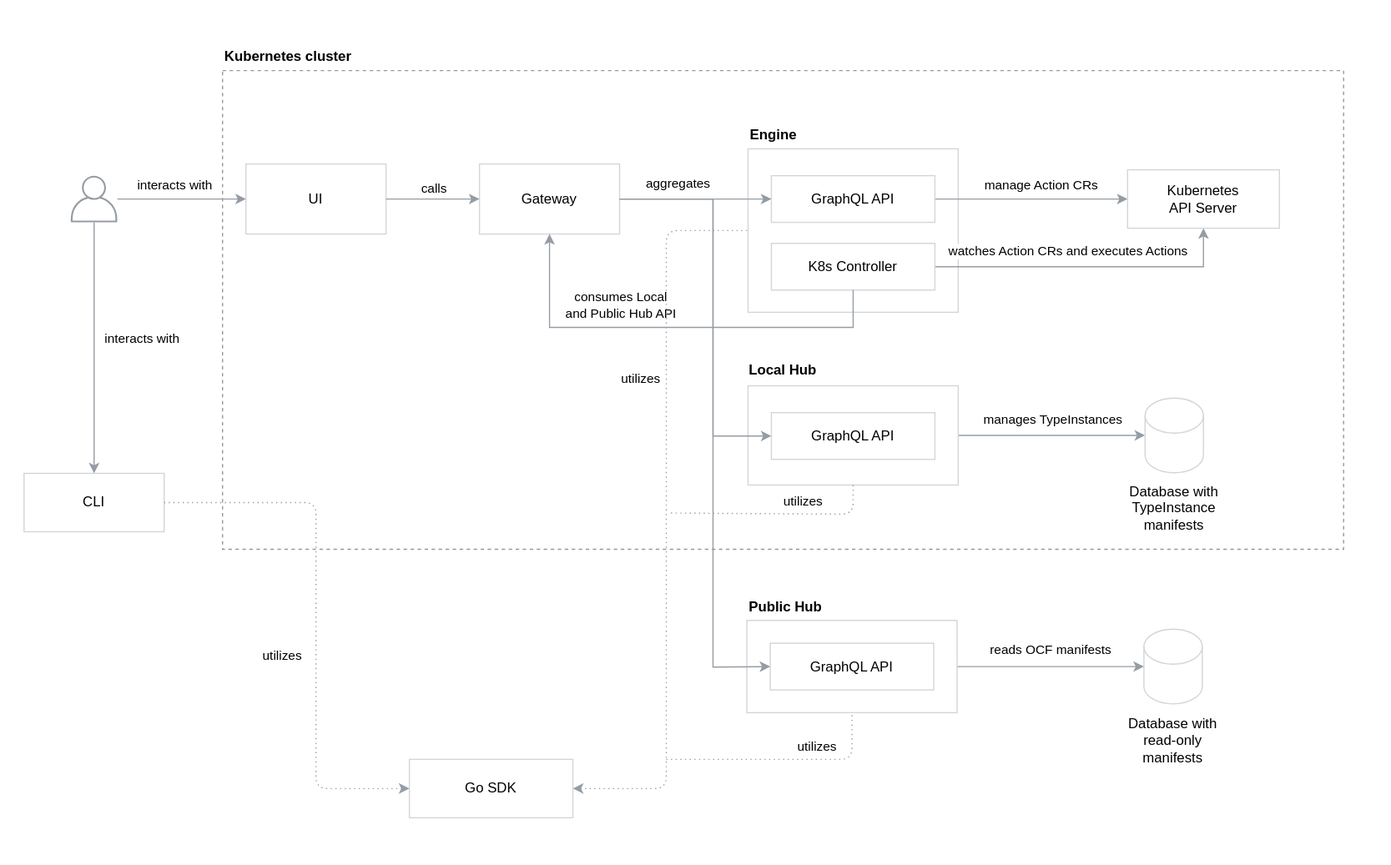
Earlier version of the draw.io export docs/architecture/assets/components.svg (capactio/website). Source tidied: cells renumbered, new cells last; positions are measured from the earlier drawing's top-left corner, leaving out a move shared by most shapes.
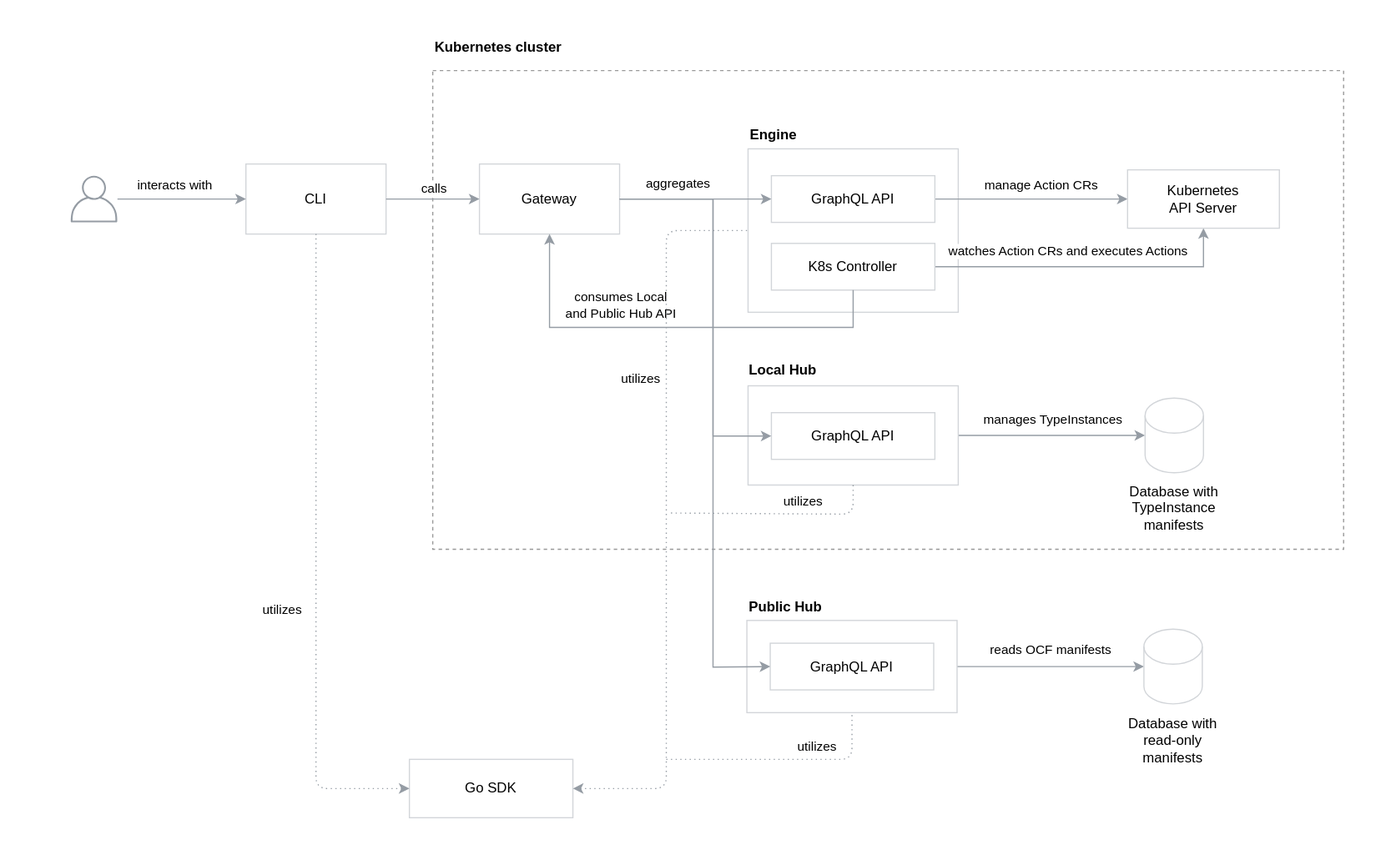
The same file after the commit.

Diff of the diagram source:
```diff
@@ -6,17 +6,14 @@
       <mxGeometry width="1190" height="740" as="geometry" />
     </mxCell>
     <mxCell id="3" style="rounded=0;whiteSpace=wrap;html=1;dashed=1;fillColor=none;strokeColor=#999999;" parent="1" vertex="1">
-      <mxGeometry x="190" y="60" width="960" height="410" as="geometry" />
+      <mxGeometry x="370" y="60" width="780" height="410" as="geometry" />
     </mxCell>
     <mxCell id="4" value="&lt;b&gt;Engine&lt;/b&gt;" style="text;html=1;strokeColor=none;fillColor=none;align=left;verticalAlign=middle;whiteSpace=wrap;rounded=0;" parent="1" vertex="1">
       <mxGeometry x="640" y="105" width="40" height="20" as="geometry" />
     </mxCell>
-    <mxCell id="5" value="UI" style="rounded=0;whiteSpace=wrap;html=1;strokeColor=#D2D5D9;" parent="1" vertex="1">
+    <mxCell id="5" value="CLI" style="rounded=0;whiteSpace=wrap;html=1;strokeColor=#D2D5D9;" parent="1" vertex="1">
       <mxGeometry x="210" y="140" width="120" height="60" as="geometry" />
     </mxCell>
-    <mxCell id="6" value="CLI" style="rounded=0;whiteSpace=wrap;html=1;strokeColor=#D2D5D9;" parent="1" vertex="1">
-      <mxGeometry x="20" y="405" width="120" height="50" as="geometry" />
-    </mxCell>
     <mxCell id="7" style="rounded=0;whiteSpace=wrap;html=1;strokeColor=#D2D5D9;" parent="1" vertex="1">
       <mxGeometry x="640" y="127" width="180" height="140" as="geometry" />
     </mxCell>
@@ -44,14 +41,6 @@
         <mxPoint x="6" y="-15" as="offset" />
       </mxGeometry>
     </mxCell>
-    <mxCell id="14" style="endArrow=classic;html=1;entryX=0.5;entryY=0;entryDx=0;entryDy=0;rounded=0;strokeColor=#959CA4;" parent="1" edge="1" source="11" target="6">
-      <mxGeometry relative="1" as="geometry" />
-    </mxCell>
-    <mxCell id="15" value="interacts with" style="edgeLabel;html=1;align=center;verticalAlign=middle;" parent="14" vertex="1">
-      <mxGeometry x="-0.04" y="-3" relative="1" as="geometry">
-        <mxPoint x="43" y="-3" as="offset" />
-      </mxGeometry>
-    </mxCell>
     <mxCell id="16" style="edgeStyle=orthogonalEdgeStyle;rounded=0;jettySize=auto;html=1;exitX=1;exitY=0.5;exitDx=0;exitDy=0;entryX=0;entryY=0.5;entryDx=0;entryDy=0;strokeColor=#959CA4;" parent="1" edge="1" source="18" target="37">
       <mxGeometry relative="1" as="geometry" />
     </mxCell>
@@ -80,7 +69,7 @@
     <mxCell id="23" style="rounded=0;whiteSpace=wrap;html=1;strokeColor=#D2D5D9;" parent="1" vertex="1">
       <mxGeometry x="640" y="330" width="180" height="85" as="geometry" />
     </mxCell>
-    <mxCell id="24" value="&lt;b&gt;Local OCH&lt;/b&gt;" style="text;html=1;strokeColor=none;fillColor=none;align=left;verticalAlign=middle;whiteSpace=wrap;rounded=0;" parent="1" vertex="1">
+    <mxCell id="24" value="&lt;b&gt;Local Hub&lt;/b&gt;" style="text;html=1;strokeColor=none;fillColor=none;align=left;verticalAlign=middle;whiteSpace=wrap;rounded=0;" parent="1" vertex="1">
       <mxGeometry x="639" y="307" width="70" height="20" as="geometry" />
     </mxCell>
     <mxCell id="25" value="GraphQL API" style="rounded=0;whiteSpace=wrap;html=1;strokeColor=#D2D5D9;" parent="1" vertex="1">
@@ -97,7 +86,7 @@
     <mxCell id="28" style="rounded=0;whiteSpace=wrap;html=1;strokeColor=#D2D5D9;" parent="1" vertex="1">
       <mxGeometry x="639" y="531" width="180" height="79" as="geometry" />
     </mxCell>
-    <mxCell id="29" value="&lt;b&gt;Public OCH&lt;/b&gt;" style="text;html=1;strokeColor=none;fillColor=none;align=left;verticalAlign=middle;whiteSpace=wrap;rounded=0;" parent="1" vertex="1">
+    <mxCell id="29" value="&lt;b&gt;Public Hub&lt;/b&gt;" style="text;html=1;strokeColor=none;fillColor=none;align=left;verticalAlign=middle;whiteSpace=wrap;rounded=0;" parent="1" vertex="1">
       <mxGeometry x="639" y="510" width="70" height="20" as="geometry" />
     </mxCell>
     <mxCell id="30" value="GraphQL API" style="rounded=0;whiteSpace=wrap;html=1;strokeColor=#D2D5D9;" parent="1" vertex="1">
@@ -154,7 +143,7 @@
         </Array>
       </mxGeometry>
     </mxCell>
-    <mxCell id="41" value="consumes Local&lt;br&gt;and Public OCH API" style="edgeLabel;html=1;align=center;verticalAlign=middle;" parent="40" vertex="1">
+    <mxCell id="41" value="consumes Local&lt;br&gt;and Public Hub API" style="edgeLabel;html=1;align=center;verticalAlign=middle;" parent="40" vertex="1">
       <mxGeometry x="-0.12" y="-1" relative="1" as="geometry">
         <mxPoint x="-69" y="-19" as="offset" />
       </mxGeometry>
@@ -163,12 +152,12 @@
       <mxGeometry x="965" y="415" width="80" height="40" as="geometry" />
     </mxCell>
     <mxCell id="43" value="&lt;b&gt;Kubernetes cluster&lt;/b&gt;" style="text;html=1;strokeColor=none;fillColor=none;align=left;verticalAlign=middle;whiteSpace=wrap;rounded=0;" parent="1" vertex="1">
-      <mxGeometry x="190" y="38" width="120" height="20" as="geometry" />
+      <mxGeometry x="370" y="30" width="120" height="20" as="geometry" />
     </mxCell>
     <mxCell id="44" value="Go SDK" style="rounded=0;whiteSpace=wrap;html=1;strokeColor=#D2D5D9;" parent="1" vertex="1">
       <mxGeometry x="350" y="650" width="140" height="50" as="geometry" />
     </mxCell>
-    <mxCell id="45" style="endArrow=none;dashed=1;html=1;dashPattern=1 3;strokeWidth=1;exitX=0;exitY=0.5;exitDx=0;exitDy=0;strokeColor=#959CA4;startArrow=classic;startFill=1;entryX=1;entryY=0.5;entryDx=0;entryDy=0;" parent="1" edge="1" source="44" target="6">
+    <mxCell id="45" style="endArrow=none;dashed=1;html=1;dashPattern=1 3;strokeWidth=1;exitX=0;exitY=0.5;exitDx=0;exitDy=0;strokeColor=#959CA4;startArrow=classic;startFill=1;entryX=0.5;entryY=1;entryDx=0;entryDy=0;" parent="1" edge="1" source="44" target="5">
       <mxGeometry relative="1" as="geometry">
         <Array as="points">
           <mxPoint x="270" y="675" />
```
